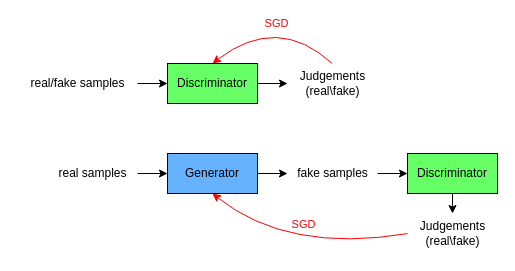
Before: GAN.drawio in Shaun-Z/DrawioFigure, a draw.io diagram. Source tidied: cells renumbered, new cells numbered last; positions are measured from the earlier drawing's top-left corner, leaving out a move shared by most shapes. Both pictures are drawn from the tidied source at 100%, with x=0, y=0 at pixel (17, 13).
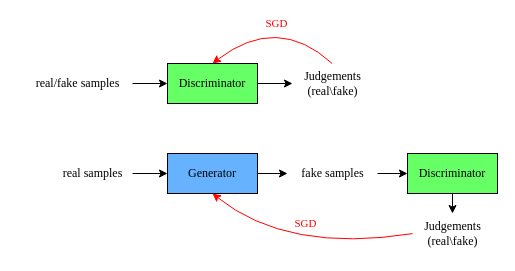
Above is the later version.

The change refers to these unchanged cells:
```xml
<mxCell id="14" style="curved=1;endArrow=classic;html=1;rounded=0;entryX=0.5;entryY=0;entryDx=0;entryDy=0;exitX=0.496;exitY=0;exitDx=0;exitDy=0;exitPerimeter=0;strokeColor=#FF0000;" parent="1" edge="1" source="12" target="9">
  <mxGeometry relative="1" as="geometry">
    <Array as="points">
      <mxPoint x="260" />
    </Array>
  </mxGeometry>
</mxCell>
<mxCell id="18" style="curved=1;endArrow=classic;html=1;rounded=0;exitX=0.001;exitY=0.503;exitDx=0;exitDy=0;exitPerimeter=0;entryX=0.5;entryY=1;entryDx=0;entryDy=0;strokeColor=#FF0000;" parent="1" edge="1" source="16" target="2">
  <mxGeometry relative="1" as="geometry">
    <Array as="points">
      <mxPoint x="270" y="240" />
    </Array>
  </mxGeometry>
</mxCell>
```

Change to the diagram source:
```diff
@@
-    <mxCell id="2" value="Generator" style="rounded=0;whiteSpace=wrap;html=1;fillColor=#66B2FF;" parent="1" vertex="1">
+    <mxCell id="2" value="&lt;font face=&quot;Times New Roman&quot;&gt;Generator&lt;/font&gt;" style="rounded=0;whiteSpace=wrap;html=1;fillColor=#66B2FF;" parent="1" vertex="1">
       <mxGeometry x="150" y="140" width="90" height="40" as="geometry" />
     </mxCell>
-    <mxCell id="3" value="Discriminator" style="rounded=0;whiteSpace=wrap;html=1;fillColor=#66FF66;" parent="1" vertex="1">
+    <mxCell id="3" value="&lt;font face=&quot;Times New Roman&quot;&gt;Discriminator&lt;/font&gt;" style="rounded=0;whiteSpace=wrap;html=1;fillColor=#66FF66;" parent="1" vertex="1">
       <mxGeometry x="390" y="140" width="90" height="40" as="geometry" />
     </mxCell>
-    <mxCell id="4" value="fake samples" style="text;html=1;align=center;verticalAlign=middle;points=[];strokeColor=none;fillColor=none;" parent="1" vertex="1">
+    <mxCell id="4" value="&lt;font face=&quot;Times New Roman&quot;&gt;fake samples&lt;/font&gt;" style="text;html=1;align=center;verticalAlign=middle;points=[];strokeColor=none;fillColor=none;" parent="1" vertex="1">
       <mxGeometry x="270" y="145" width="90" height="30" as="geometry" />
     </mxCell>
-    <mxCell id="5" value="real samples" style="text;html=1;align=center;verticalAlign=middle;points=[];strokeColor=none;fillColor=none;" parent="1" vertex="1">
-      <mxGeometry x="30" y="145" width="90" height="30" as="geometry" />
+    <mxCell id="5" value="&lt;font face=&quot;Times New Roman&quot;&gt;real samples&lt;/font&gt;" style="text;html=1;align=center;verticalAlign=middle;points=[];strokeColor=none;fillColor=none;" parent="1" vertex="1">
+      <mxGeometry x="35" y="145" width="80" height="30" as="geometry" />
     </mxCell>
@@
-    <mxCell id="9" value="Discriminator" style="rounded=0;whiteSpace=wrap;html=1;fillColor=#66FF66;" parent="1" vertex="1">
+    <mxCell id="9" value="&lt;font face=&quot;Times New Roman&quot;&gt;Discriminator&lt;/font&gt;" style="rounded=0;whiteSpace=wrap;html=1;fillColor=#66FF66;" parent="1" vertex="1">
       <mxGeometry x="150" y="50" width="90" height="40" as="geometry" />
     </mxCell>
-    <mxCell id="10" value="real/fake samples" style="text;html=1;align=center;verticalAlign=middle;points=[];strokeColor=none;fillColor=none;" parent="1" vertex="1">
-      <mxGeometry y="55" width="120" height="30" as="geometry" />
+    <mxCell id="10" value="&lt;font face=&quot;Times New Roman&quot;&gt;real/fake samples&lt;/font&gt;" style="text;html=1;align=center;verticalAlign=middle;points=[];strokeColor=none;fillColor=none;" parent="1" vertex="1">
+      <mxGeometry x="5" y="55" width="110" height="30" as="geometry" />
     </mxCell>
@@
-    <mxCell id="12" value="Judgements&lt;br&gt;(real\fake)" style="text;html=1;align=center;verticalAlign=middle;points=[];strokeColor=none;fillColor=none;" parent="1" vertex="1">
-      <mxGeometry x="270" y="50" width="90" height="40" as="geometry" />
+    <mxCell id="12" value="&lt;font face=&quot;Times New Roman&quot;&gt;Judgements&lt;br&gt;(real\fake)&lt;/font&gt;" style="text;html=1;align=center;verticalAlign=middle;points=[];strokeColor=none;fillColor=none;" parent="1" vertex="1">
+      <mxGeometry x="275" y="50" width="80" height="40" as="geometry" />
     </mxCell>
@@
-    <mxCell id="15" value="&lt;font color=&quot;#ff0000&quot;&gt;SGD&lt;/font&gt;" style="edgeLabel;html=1;align=center;verticalAlign=middle;" parent="14" vertex="1">
+    <mxCell id="15" value="&lt;font face=&quot;Times New Roman&quot; color=&quot;#ff0000&quot;&gt;SGD&lt;/font&gt;" style="edgeLabel;html=1;align=center;verticalAlign=middle;" parent="14" vertex="1">
       <mxGeometry x="-0.22" y="16" relative="1" as="geometry">
         <mxPoint y="-11" as="offset" />
       </mxGeometry>
     </mxCell>
-    <mxCell id="16" value="Judgements&lt;br&gt;(real\fake)" style="text;html=1;align=center;verticalAlign=middle;points=[];strokeColor=none;fillColor=none;" parent="1" vertex="1">
-      <mxGeometry x="390" y="200" width="90" height="40" as="geometry" />
+    <mxCell id="16" value="&lt;font face=&quot;Times New Roman&quot;&gt;Judgements&lt;br&gt;(real\fake)&lt;/font&gt;" style="text;html=1;align=center;verticalAlign=middle;points=[];strokeColor=none;fillColor=none;" parent="1" vertex="1">
+      <mxGeometry x="395" y="200" width="80" height="40" as="geometry" />
     </mxCell>
@@
-    <mxCell id="19" value="&lt;font color=&quot;#ff0000&quot;&gt;SGD&lt;/font&gt;" style="edgeLabel;html=1;align=center;verticalAlign=middle;" parent="18" vertex="1">
+    <mxCell id="19" value="&lt;font face=&quot;Times New Roman&quot; color=&quot;#ff0000&quot;&gt;SGD&lt;/font&gt;" style="edgeLabel;html=1;align=center;verticalAlign=middle;" parent="18" vertex="1">
       <mxGeometry x="-0.05" y="-17" relative="1" as="geometry">
         <mxPoint y="-10" as="offset" />
       </mxGeometry>
     </mxCell>
```
